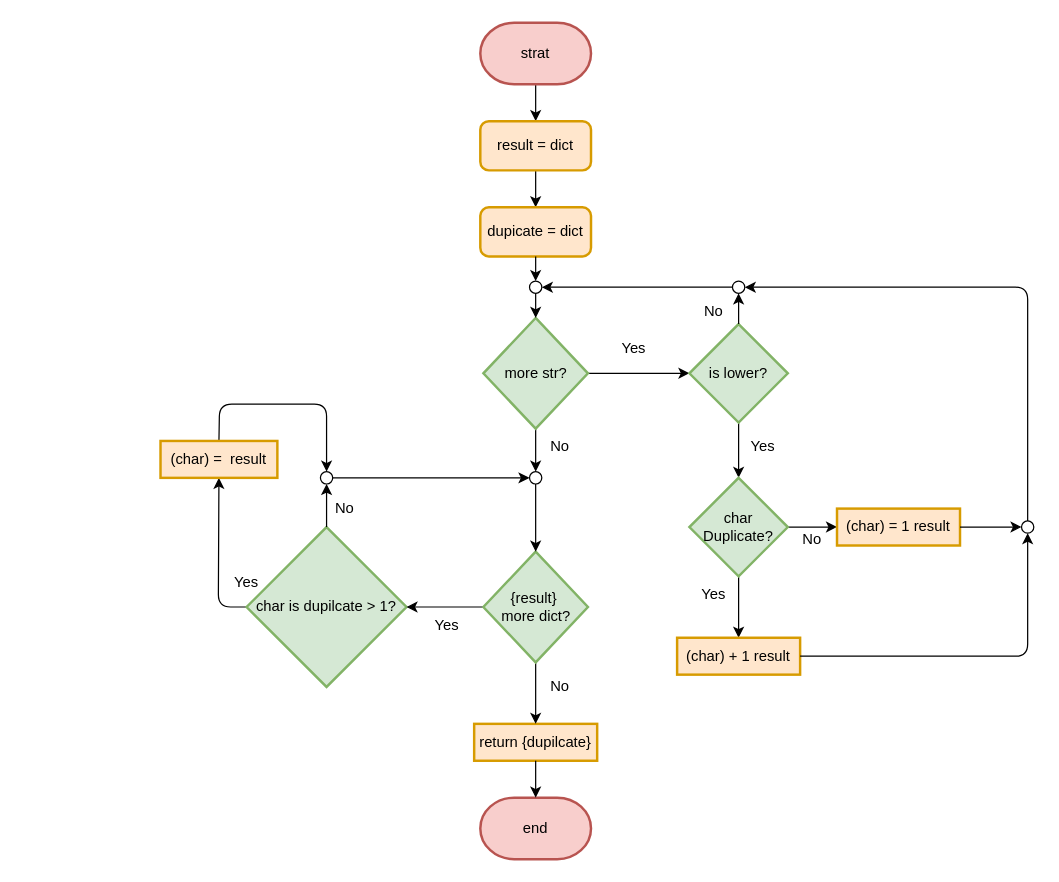
Before: Exam-Example/find_dupicate_chars_count.drawio in Pangpond543/Python-100Problems, a draw.io diagram. Source tidied: cells renumbered, new cells numbered last; positions are measured from the earlier drawing's top-left corner, leaving out a move shared by most shapes. Both pictures are drawn from the tidied source at 123%, with x=0, y=0 at pixel (160, 22).
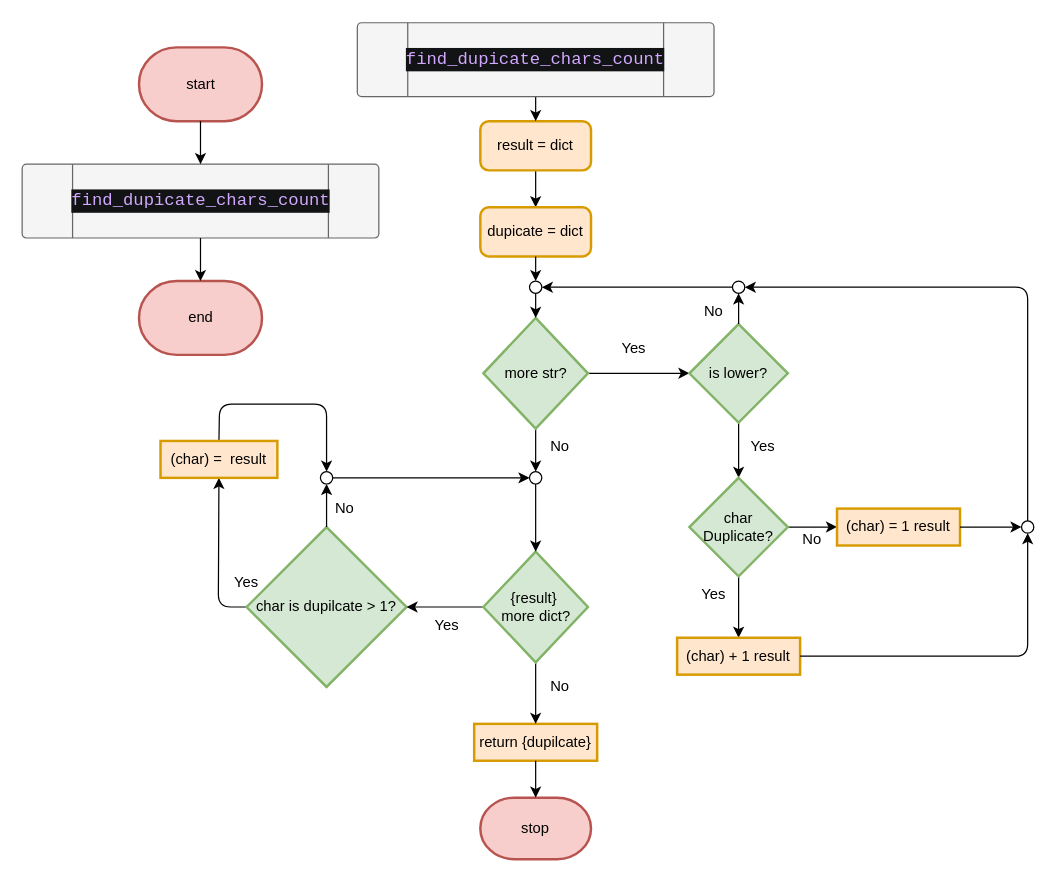
The same diagram, later.

Unchanged cells that the change refers to:
```xml
<mxCell id="6" value="result = dict" style="rounded=1;whiteSpace=wrap;html=1;absoluteArcSize=1;arcSize=14;strokeWidth=2;fillColor=#ffe6cc;strokeColor=#d79b00;" parent="1" vertex="1">
  <mxGeometry x="260" y="80" width="90" height="40" as="geometry" />
</mxCell>
```

The edit, as a diff of the source:
```diff
@@
-    <mxCell id="2" style="edgeStyle=none;html=1;exitX=0.5;exitY=1;exitDx=0;exitDy=0;exitPerimeter=0;entryX=0.5;entryY=0;entryDx=0;entryDy=0;" parent="1" edge="1" source="3" target="6">
-      <mxGeometry relative="1" as="geometry" />
-    </mxCell>
-    <mxCell id="3" value="strat" style="strokeWidth=2;html=1;shape=mxgraph.flowchart.terminator;whiteSpace=wrap;fillColor=#f8cecc;strokeColor=#b85450;" parent="1" vertex="1">
-      <mxGeometry x="260" width="90" height="50" as="geometry" />
-    </mxCell>
-    <mxCell id="4" value="end" style="strokeWidth=2;html=1;shape=mxgraph.flowchart.terminator;whiteSpace=wrap;fillColor=#f8cecc;strokeColor=#b85450;" parent="1" vertex="1">
+    <mxCell id="4" value="stop" style="strokeWidth=2;html=1;shape=mxgraph.flowchart.terminator;whiteSpace=wrap;fillColor=#f8cecc;strokeColor=#b85450;" parent="1" vertex="1">
       <mxGeometry x="260" y="630" width="90" height="50" as="geometry" />
     </mxCell>
@@
+    <mxCell id="52" style="group;" parent="1" vertex="1">
+      <mxGeometry x="-47.5" y="20" width="250" height="250" as="geometry" />
+    </mxCell>
+    <mxCell id="53" style="edgeStyle=none;html=1;" parent="52" edge="1" source="54">
+      <mxGeometry relative="1" as="geometry" />
+    </mxCell>
+    <mxCell id="54" value="start" style="strokeWidth=2;html=1;shape=mxgraph.flowchart.terminator;whiteSpace=wrap;fillColor=#f8cecc;strokeColor=#b85450;" parent="52" vertex="1">
+      <mxGeometry x="30" width="100" height="60" as="geometry" />
+    </mxCell>
+    <mxCell id="55" value="end" style="strokeWidth=2;html=1;shape=mxgraph.flowchart.terminator;whiteSpace=wrap;fillColor=#f8cecc;strokeColor=#b85450;" parent="52" vertex="1">
+      <mxGeometry x="30" y="190" width="100" height="60" as="geometry" />
+    </mxCell>
+    <mxCell id="56" style="edgeStyle=none;html=1;entryX=0.5;entryY=0;entryDx=0;entryDy=0;entryPerimeter=0;" parent="52" edge="1" target="55">
+      <mxGeometry relative="1" as="geometry" />
+    </mxCell>
+    <mxCell id="57" value="&lt;div style=&quot;color: rgb(187, 190, 191); background-color: rgb(18, 19, 20); font-family: Consolas, &amp;quot;Courier New&amp;quot;, monospace; font-size: 14px; line-height: 19px; white-space: pre;&quot;&gt;&lt;div style=&quot;color: rgb(187, 190, 191); line-height: 19px;&quot;&gt;&lt;span style=&quot;color: #d2a8ff;&quot;&gt;find_dupicate_chars_count&lt;/span&gt;&lt;/div&gt;&lt;/div&gt;" style="verticalLabelPosition=bottom;verticalAlign=top;html=1;shape=process;whiteSpace=wrap;rounded=1;size=0.14;arcSize=6;spacingTop=-46;fillColor=#f5f5f5;strokeColor=#666666;" parent="52" vertex="1">
+      <mxGeometry x="-65" y="95" width="290" height="60" as="geometry" />
+    </mxCell>
+    <mxCell id="58" style="edgeStyle=none;html=1;exitX=0.5;exitY=1;exitDx=0;exitDy=0;exitPerimeter=0;entryX=0.5;entryY=0;entryDx=0;entryDy=0;" parent="52" edge="1" source="54" target="57">
+      <mxGeometry relative="1" as="geometry" />
+    </mxCell>
+    <mxCell id="59" style="edgeStyle=none;html=1;exitX=0.5;exitY=1;exitDx=0;exitDy=0;entryX=0.5;entryY=0;entryDx=0;entryDy=0;entryPerimeter=0;" parent="52" edge="1" source="57" target="55">
+      <mxGeometry relative="1" as="geometry" />
+    </mxCell>
+    <mxCell id="60" style="edgeStyle=none;html=1;exitX=0.5;exitY=1;exitDx=0;exitDy=0;entryX=0.5;entryY=0;entryDx=0;entryDy=0;" parent="1" edge="1" source="61" target="6">
+      <mxGeometry relative="1" as="geometry" />
+    </mxCell>
+    <mxCell id="61" value="&lt;div style=&quot;color: rgb(187, 190, 191); background-color: rgb(18, 19, 20); font-family: Consolas, &amp;quot;Courier New&amp;quot;, monospace; font-size: 14px; line-height: 19px; white-space: pre;&quot;&gt;&lt;div style=&quot;color: rgb(187, 190, 191); line-height: 19px;&quot;&gt;&lt;span style=&quot;color: #d2a8ff;&quot;&gt;find_dupicate_chars_count&lt;/span&gt;&lt;/div&gt;&lt;/div&gt;" style="verticalLabelPosition=bottom;verticalAlign=top;html=1;shape=process;whiteSpace=wrap;rounded=1;size=0.14;arcSize=6;spacingTop=-46;fillColor=#f5f5f5;strokeColor=#666666;" parent="1" vertex="1">
+      <mxGeometry x="160" width="290" height="60" as="geometry" />
+    </mxCell>
```
